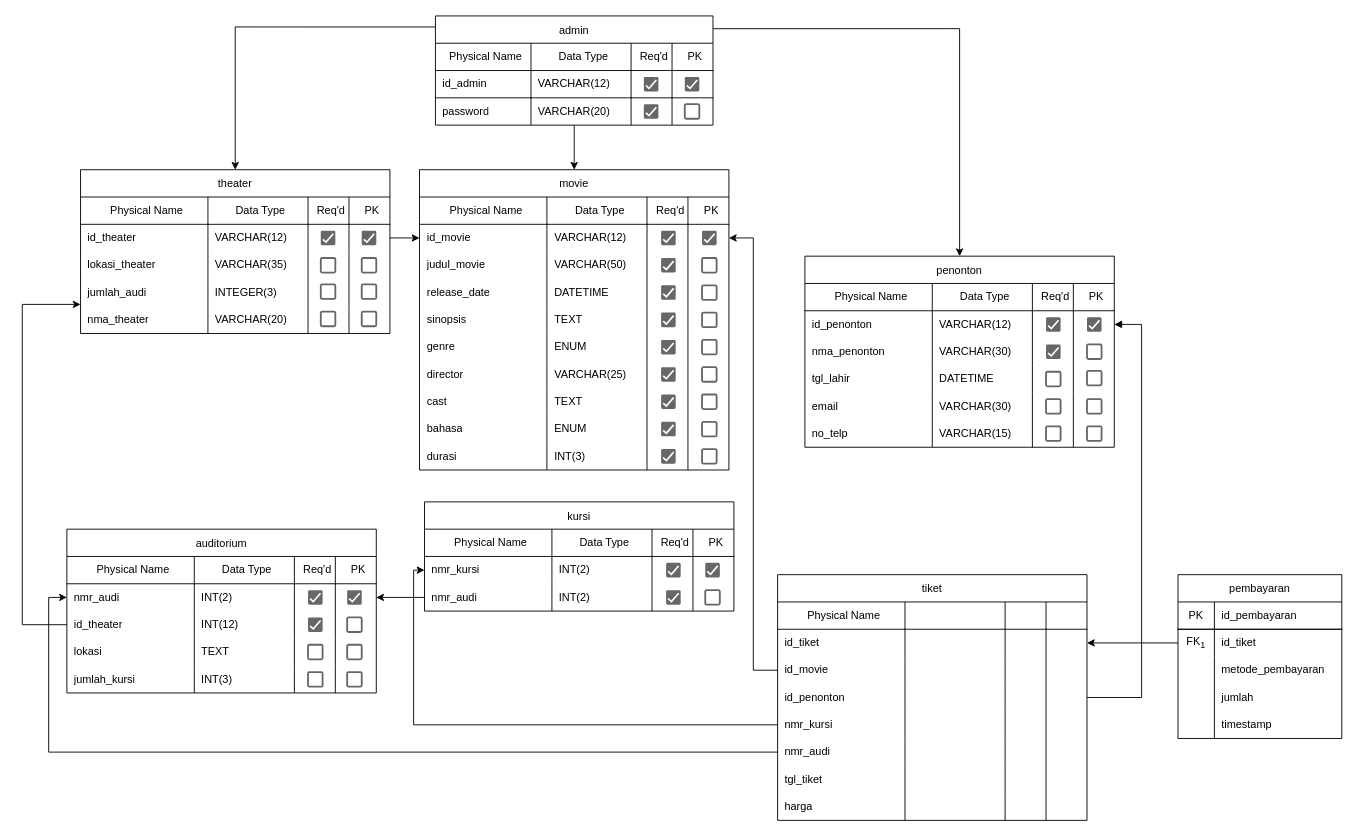
vinnnna/sistem-basis-data keeps this draw.io diagram as movie_pdm.drawio. Above is the earlier version. Source tidied: cells renumbered, new cells numbered last; positions are measured from the earlier drawing's top-left corner, leaving out a move shared by most shapes. Both pictures are drawn from the tidied source at 91%, with x=0, y=0 at pixel (22, 15).
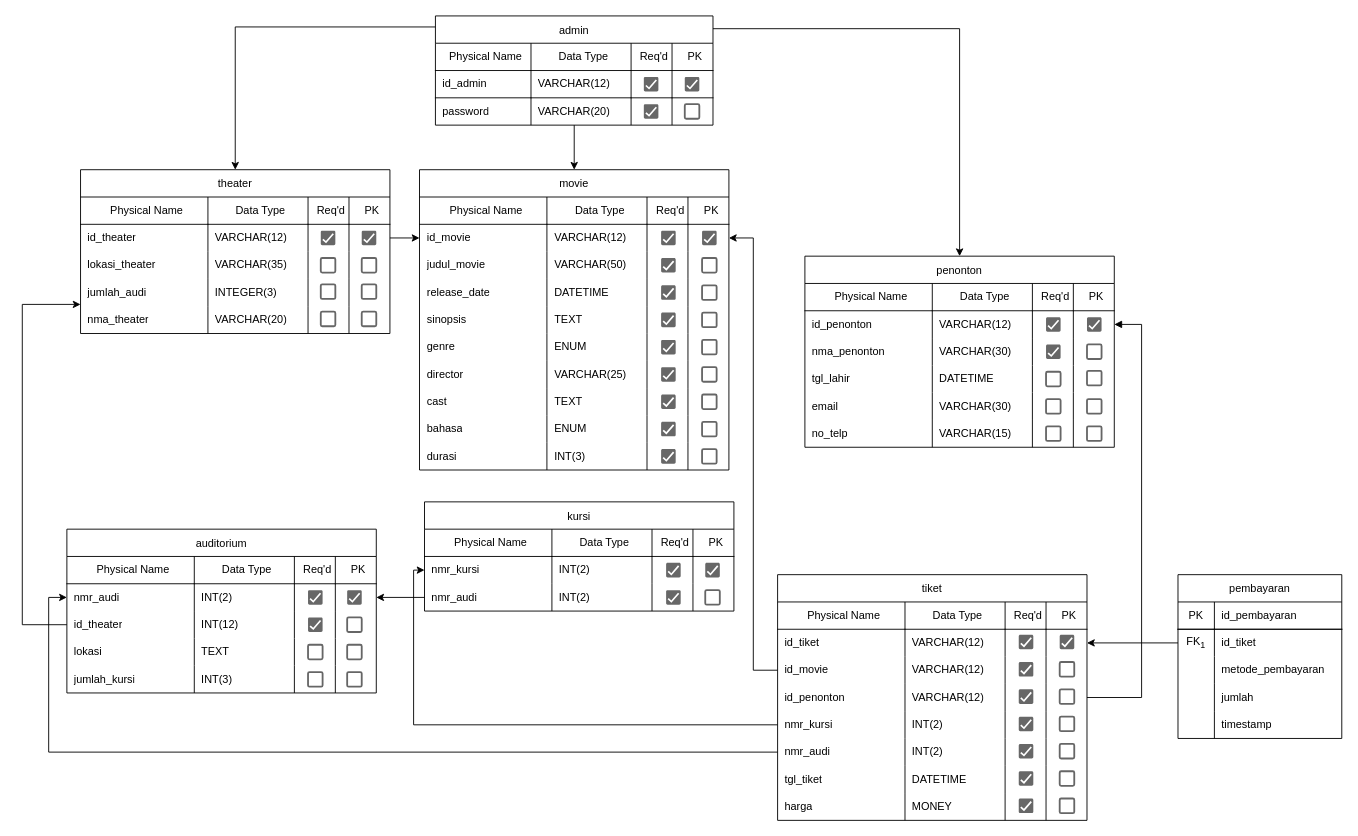
The same diagram, later.

The change refers to these unchanged cells:
```xml
<mxCell id="80" style="shape=tableRow;horizontal=0;startSize=0;swimlaneHead=0;swimlaneBody=0;top=0;left=0;bottom=0;right=0;fillColor=none;strokeColor=inherit;fontSize=12;" parent="79" vertex="1">
  <mxGeometry y="30" width="340" height="30" as="geometry" />
</mxCell>
<mxCell id="85" style="shape=tableRow;horizontal=0;startSize=0;swimlaneHead=0;swimlaneBody=0;top=0;left=0;bottom=0;right=0;fillColor=none;points=[[0,0.5],[1,0.5]];portConstraint=eastwest;strokeColor=inherit;fontSize=12;" parent="79" vertex="1">
  <mxGeometry y="60" width="340" height="30" as="geometry" />
</mxCell>
<mxCell id="90" style="shape=tableRow;horizontal=0;startSize=0;swimlaneHead=0;swimlaneBody=0;top=0;left=0;bottom=0;right=0;fillColor=none;points=[[0,0.5],[1,0.5]];portConstraint=eastwest;strokeColor=inherit;fontSize=12;" parent="79" vertex="1">
  <mxGeometry y="90" width="340" height="30" as="geometry" />
</mxCell>
<mxCell id="95" style="shape=tableRow;horizontal=0;startSize=0;swimlaneHead=0;swimlaneBody=0;top=0;left=0;bottom=0;right=0;fillColor=none;points=[[0,0.5],[1,0.5]];portConstraint=eastwest;strokeColor=inherit;fontSize=12;" parent="79" vertex="1">
  <mxGeometry y="120" width="340" height="30" as="geometry" />
</mxCell>
<mxCell id="100" style="shape=tableRow;horizontal=0;startSize=0;swimlaneHead=0;swimlaneBody=0;top=0;left=0;bottom=0;right=0;fillColor=none;points=[[0,0.5],[1,0.5]];portConstraint=eastwest;strokeColor=inherit;fontSize=12;" parent="79" vertex="1">
  <mxGeometry y="150" width="340" height="30" as="geometry" />
</mxCell>
<mxCell id="105" style="shape=tableRow;horizontal=0;startSize=0;swimlaneHead=0;swimlaneBody=0;top=0;left=0;bottom=0;right=0;fillColor=none;points=[[0,0.5],[1,0.5]];portConstraint=eastwest;strokeColor=inherit;fontSize=12;" parent="79" vertex="1">
  <mxGeometry y="180" width="340" height="30" as="geometry" />
</mxCell>
<mxCell id="110" style="shape=tableRow;horizontal=0;startSize=0;swimlaneHead=0;swimlaneBody=0;top=0;left=0;bottom=0;right=0;fillColor=none;strokeColor=inherit;fontSize=12;" parent="79" vertex="1">
  <mxGeometry y="210" width="340" height="30" as="geometry" />
</mxCell>
<mxCell id="115" style="shape=tableRow;horizontal=0;startSize=0;swimlaneHead=0;swimlaneBody=0;top=0;left=0;bottom=0;right=0;fillColor=none;strokeColor=inherit;fontSize=12;" parent="79" vertex="1">
  <mxGeometry y="240" width="340" height="30" as="geometry" />
</mxCell>
```

Diff of the diagram source:
```diff
@@
-    <mxCell id="82" style="shape=partialRectangle;html=1;whiteSpace=wrap;fillColor=none;top=0;left=0;bottom=1;right=0;align=center;spacingLeft=6;overflow=hidden;strokeColor=inherit;fontSize=12;strokeWidth=1;" parent="80" vertex="1">
+    <mxCell id="82" value="Data Type" style="shape=partialRectangle;html=1;whiteSpace=wrap;fillColor=none;top=0;left=0;bottom=1;right=0;align=center;spacingLeft=6;overflow=hidden;strokeColor=inherit;fontSize=12;strokeWidth=1;" parent="80" vertex="1">
       <mxGeometry x="140" width="110" height="30" as="geometry" />
     </mxCell>
-    <mxCell id="83" style="shape=partialRectangle;html=1;whiteSpace=wrap;fillColor=none;top=0;left=0;bottom=1;right=0;align=center;spacingLeft=6;overflow=hidden;strokeColor=inherit;fontSize=12;strokeWidth=1;" parent="80" vertex="1">
+    <mxCell id="83" value="Req'd" style="shape=partialRectangle;html=1;whiteSpace=wrap;fillColor=none;top=0;left=0;bottom=1;right=0;align=center;spacingLeft=6;overflow=hidden;strokeColor=inherit;fontSize=12;strokeWidth=1;" parent="80" vertex="1">
       <mxGeometry x="250" width="45" height="30" as="geometry" />
     </mxCell>
-    <mxCell id="84" style="shape=partialRectangle;html=1;whiteSpace=wrap;fillColor=none;top=0;left=0;bottom=1;right=0;align=center;spacingLeft=6;overflow=hidden;strokeColor=inherit;fontSize=12;strokeWidth=1;" parent="80" vertex="1">
+    <mxCell id="84" value="PK" style="shape=partialRectangle;html=1;whiteSpace=wrap;fillColor=none;top=0;left=0;bottom=1;right=0;align=center;spacingLeft=6;overflow=hidden;strokeColor=inherit;fontSize=12;strokeWidth=1;" parent="80" vertex="1">
       <mxGeometry x="295" width="45" height="30" as="geometry" />
     </mxCell>
@@
-    <mxCell id="87" style="shape=partialRectangle;html=1;whiteSpace=wrap;fillColor=none;top=0;left=0;bottom=0;right=0;align=left;spacingLeft=6;overflow=hidden;strokeColor=inherit;fontSize=12;strokeWidth=1;" parent="85" vertex="1">
+    <mxCell id="87" value="VARCHAR(12)" style="shape=partialRectangle;html=1;whiteSpace=wrap;fillColor=none;top=0;left=0;bottom=0;right=0;align=left;spacingLeft=6;overflow=hidden;strokeColor=inherit;fontSize=12;strokeWidth=1;" parent="85" vertex="1">
       <mxGeometry x="140" width="110" height="30" as="geometry" />
     </mxCell>
@@
-    <mxCell id="92" style="shape=partialRectangle;html=1;whiteSpace=wrap;fillColor=none;top=0;left=0;bottom=0;right=0;align=left;spacingLeft=6;overflow=hidden;strokeColor=inherit;fontSize=12;" parent="90" vertex="1">
+    <mxCell id="92" value="VARCHAR(12)" style="shape=partialRectangle;html=1;whiteSpace=wrap;fillColor=none;top=0;left=0;bottom=0;right=0;align=left;spacingLeft=6;overflow=hidden;strokeColor=inherit;fontSize=12;" parent="90" vertex="1">
       <mxGeometry x="140" width="110" height="30" as="geometry" />
     </mxCell>
@@
-    <mxCell id="97" style="shape=partialRectangle;html=1;whiteSpace=wrap;fillColor=none;top=0;left=0;bottom=0;right=0;align=left;spacingLeft=6;overflow=hidden;strokeColor=inherit;fontSize=12;" parent="95" vertex="1">
+    <mxCell id="97" value="VARCHAR(12)" style="shape=partialRectangle;html=1;whiteSpace=wrap;fillColor=none;top=0;left=0;bottom=0;right=0;align=left;spacingLeft=6;overflow=hidden;strokeColor=inherit;fontSize=12;" parent="95" vertex="1">
       <mxGeometry x="140" width="110" height="30" as="geometry" />
     </mxCell>
@@
-    <mxCell id="102" style="shape=partialRectangle;html=1;whiteSpace=wrap;fillColor=none;top=0;left=0;bottom=0;right=0;align=left;spacingLeft=6;overflow=hidden;strokeColor=inherit;fontSize=12;" parent="100" vertex="1">
+    <mxCell id="102" value="INT(2)" style="shape=partialRectangle;html=1;whiteSpace=wrap;fillColor=none;top=0;left=0;bottom=0;right=0;align=left;spacingLeft=6;overflow=hidden;strokeColor=inherit;fontSize=12;" parent="100" vertex="1">
       <mxGeometry x="140" width="110" height="30" as="geometry" />
     </mxCell>
@@
-    <mxCell id="107" style="shape=partialRectangle;html=1;whiteSpace=wrap;fillColor=none;top=0;left=0;bottom=0;right=0;align=left;spacingLeft=6;overflow=hidden;strokeColor=inherit;fontSize=12;" parent="105" vertex="1">
+    <mxCell id="107" value="INT(2)" style="shape=partialRectangle;html=1;whiteSpace=wrap;fillColor=none;top=0;left=0;bottom=0;right=0;align=left;spacingLeft=6;overflow=hidden;strokeColor=inherit;fontSize=12;" parent="105" vertex="1">
       <mxGeometry x="140" width="110" height="30" as="geometry" />
     </mxCell>
@@
-    <mxCell id="112" style="shape=partialRectangle;html=1;whiteSpace=wrap;fillColor=none;top=0;left=0;bottom=0;right=0;align=left;spacingLeft=6;overflow=hidden;strokeColor=inherit;fontSize=12;" parent="110" vertex="1">
+    <mxCell id="112" value="DATETIME" style="shape=partialRectangle;html=1;whiteSpace=wrap;fillColor=none;top=0;left=0;bottom=0;right=0;align=left;spacingLeft=6;overflow=hidden;strokeColor=inherit;fontSize=12;" parent="110" vertex="1">
       <mxGeometry x="140" width="110" height="30" as="geometry" />
     </mxCell>
@@
-    <mxCell id="117" style="shape=partialRectangle;html=1;whiteSpace=wrap;fillColor=none;top=0;left=0;bottom=0;right=0;align=left;spacingLeft=6;overflow=hidden;strokeColor=inherit;fontSize=12;" parent="115" vertex="1">
+    <mxCell id="117" value="MONEY" style="shape=partialRectangle;html=1;whiteSpace=wrap;fillColor=none;top=0;left=0;bottom=0;right=0;align=left;spacingLeft=6;overflow=hidden;strokeColor=inherit;fontSize=12;" parent="115" vertex="1">
       <mxGeometry x="140" width="110" height="30" as="geometry" />
     </mxCell>
@@
+    <mxCell id="288" style="dashed=0;labelPosition=right;align=left;shape=mxgraph.gmdl.checkbox;strokeColor=none;fillColor=#676767;strokeWidth=2;sketch=0;html=1;" parent="1" vertex="1">
+      <mxGeometry x="1095" y="680" width="16" height="16" as="geometry" />
+    </mxCell>
+    <mxCell id="289" style="dashed=0;labelPosition=right;align=left;shape=mxgraph.gmdl.checkbox;strokeColor=none;fillColor=#676767;strokeWidth=2;sketch=0;html=1;" parent="1" vertex="1">
+      <mxGeometry x="1095" y="710" width="16" height="16" as="geometry" />
+    </mxCell>
+    <mxCell id="290" style="dashed=0;labelPosition=right;align=left;shape=mxgraph.gmdl.checkbox;strokeColor=none;fillColor=#676767;strokeWidth=2;sketch=0;html=1;" parent="1" vertex="1">
+      <mxGeometry x="1095" y="740" width="16" height="16" as="geometry" />
+    </mxCell>
+    <mxCell id="291" style="dashed=0;labelPosition=right;align=left;shape=mxgraph.gmdl.checkbox;strokeColor=none;fillColor=#676767;strokeWidth=2;sketch=0;html=1;" parent="1" vertex="1">
+      <mxGeometry x="1095" y="770" width="16" height="16" as="geometry" />
+    </mxCell>
+    <mxCell id="292" style="dashed=0;labelPosition=right;align=left;shape=mxgraph.gmdl.checkbox;strokeColor=none;fillColor=#676767;strokeWidth=2;sketch=0;html=1;" parent="1" vertex="1">
+      <mxGeometry x="1095" y="800" width="16" height="16" as="geometry" />
+    </mxCell>
+    <mxCell id="293" style="dashed=0;labelPosition=right;align=left;shape=mxgraph.gmdl.checkbox;strokeColor=none;fillColor=#676767;strokeWidth=2;sketch=0;html=1;" parent="1" vertex="1">
+      <mxGeometry x="1095" y="830" width="16" height="16" as="geometry" />
+    </mxCell>
+    <mxCell id="294" style="dashed=0;labelPosition=right;align=left;shape=mxgraph.gmdl.checkbox;strokeColor=none;fillColor=#676767;strokeWidth=2;sketch=0;html=1;" parent="1" vertex="1">
+      <mxGeometry x="1095" y="860" width="16" height="16" as="geometry" />
+    </mxCell>
+    <mxCell id="295" style="dashed=0;labelPosition=right;align=left;shape=mxgraph.gmdl.checkbox;strokeColor=none;fillColor=#676767;strokeWidth=2;sketch=0;html=1;" parent="1" vertex="1">
+      <mxGeometry x="1140" y="680" width="16" height="16" as="geometry" />
+    </mxCell>
+    <mxCell id="296" style="dashed=0;labelPosition=right;align=left;shape=mxgraph.gmdl.checkbox;strokeColor=#666666;fillColor=none;strokeWidth=2;sketch=0;html=1;" parent="1" vertex="1">
+      <mxGeometry x="1140" y="710" width="16" height="16" as="geometry" />
+    </mxCell>
+    <mxCell id="297" style="dashed=0;labelPosition=right;align=left;shape=mxgraph.gmdl.checkbox;strokeColor=#666666;fillColor=none;strokeWidth=2;sketch=0;html=1;" parent="1" vertex="1">
+      <mxGeometry x="1140" y="740" width="16" height="16" as="geometry" />
+    </mxCell>
+    <mxCell id="298" style="dashed=0;labelPosition=right;align=left;shape=mxgraph.gmdl.checkbox;strokeColor=#666666;fillColor=none;strokeWidth=2;sketch=0;html=1;" parent="1" vertex="1">
+      <mxGeometry x="1140" y="770" width="16" height="16" as="geometry" />
+    </mxCell>
+    <mxCell id="299" style="dashed=0;labelPosition=right;align=left;shape=mxgraph.gmdl.checkbox;strokeColor=#666666;fillColor=none;strokeWidth=2;sketch=0;html=1;" parent="1" vertex="1">
+      <mxGeometry x="1140" y="800" width="16" height="16" as="geometry" />
+    </mxCell>
+    <mxCell id="300" style="dashed=0;labelPosition=right;align=left;shape=mxgraph.gmdl.checkbox;strokeColor=#666666;fillColor=none;strokeWidth=2;sketch=0;html=1;" parent="1" vertex="1">
+      <mxGeometry x="1140" y="830" width="16" height="16" as="geometry" />
+    </mxCell>
+    <mxCell id="301" style="dashed=0;labelPosition=right;align=left;shape=mxgraph.gmdl.checkbox;strokeColor=#666666;fillColor=none;strokeWidth=2;sketch=0;html=1;" parent="1" vertex="1">
+      <mxGeometry x="1140" y="860" width="16" height="16" as="geometry" />
+    </mxCell>
```
